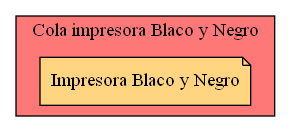
The Graphviz diagram Cola_Print_bw.png in Serch-ING/EDD_UDRAWING_202000119, before a commit. Its source is kept beside it as Cola_Print_bw.dot.
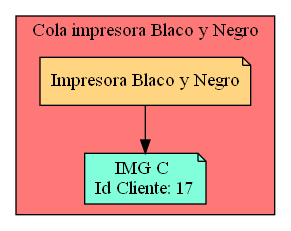
The same diagram one commit later.

What changed in the source:
```diff
@@ -3,4 +3,7 @@
 subgraph cluster_p{
     label= " Cola impresora Blaco y Negro "
  raiz[label = "Impresora Blaco y Negro" fillcolor="#FFD581" ]    bgcolor = "#FF7878"
-}}
+Nodo2044903525[label="IMG C
+Id Cliente: 17",fillcolor="#81FFDA"]
+
+raiz->Nodo2044903525}}
```
